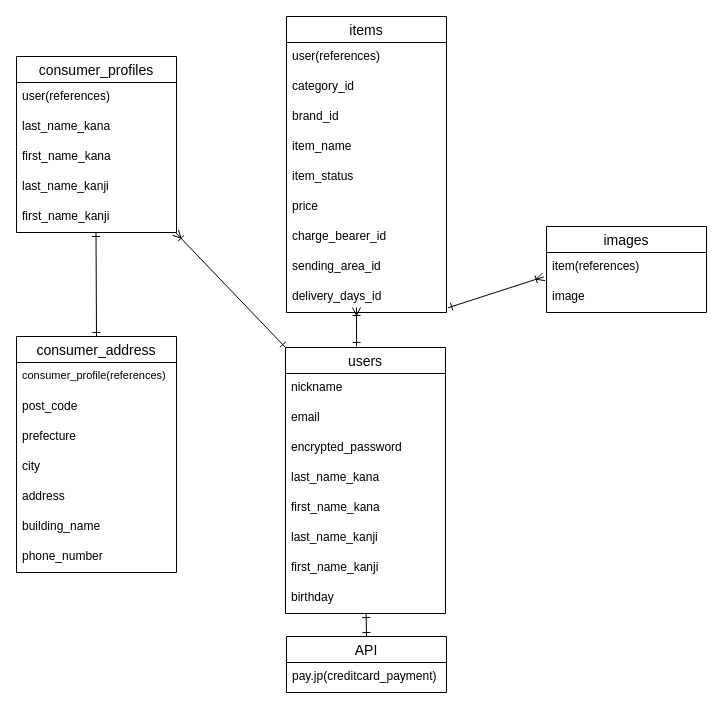
Before: er.dio in yahobaby/furima-38184, a draw.io diagram. Source tidied: cells renumbered, new cells numbered last; positions are measured from the earlier drawing's top-left corner, leaving out a move shared by most shapes. Both pictures are drawn from the tidied source at 100%, with x=0, y=0 at pixel (16, 16).
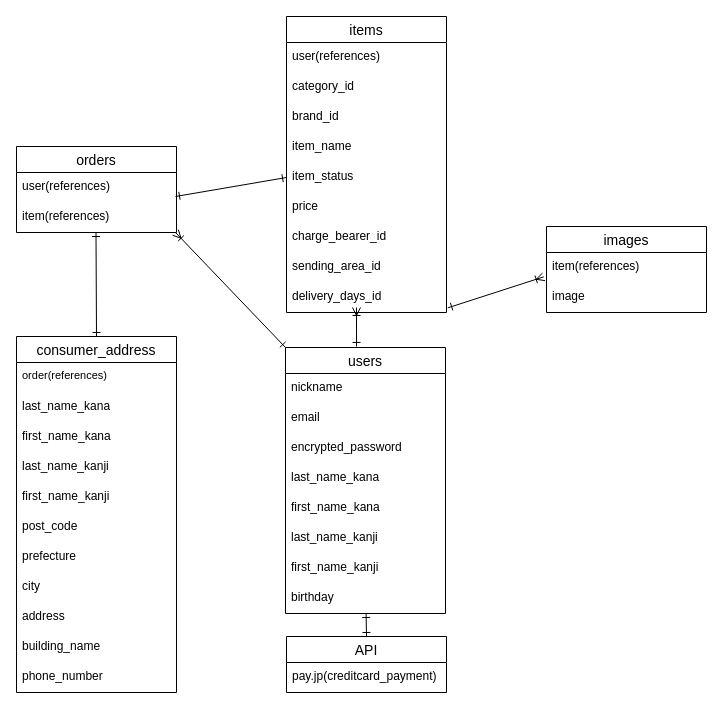
The same diagram, later.

Commit message (it also covers changes not shown here):
ER図README/ThirdCommit

The change refers to these unchanged cells:
```xml
<mxCell id="8" value="item_status" style="text;strokeColor=none;fillColor=none;spacingLeft=4;spacingRight=4;overflow=hidden;points=[[0,0.5],[1,0.5]];portConstraint=eastwest;fontSize=12;" parent="3" vertex="1">
  <mxGeometry y="146" width="160" height="30" as="geometry" />
</mxCell>
```

What changed in the source:
```diff
@@
-    <mxCell id="26" value="consumer_profiles" style="swimlane;fontStyle=0;horizontal=1;startSize=26;align=center;fontSize=14;" parent="1" vertex="1">
-      <mxGeometry y="40" width="160" height="176" as="geometry" />
+    <mxCell id="26" value="orders" style="swimlane;fontStyle=0;horizontal=1;startSize=26;align=center;fontSize=14;" parent="1" vertex="1">
+      <mxGeometry y="130" width="160" height="86" as="geometry" />
     </mxCell>
@@
-    <mxCell id="28" value="last_name_kana" style="text;strokeColor=none;fillColor=none;spacingLeft=4;spacingRight=4;overflow=hidden;fontSize=12;" parent="26" vertex="1">
+    <mxCell id="28" value="item(references)" style="text;strokeColor=none;fillColor=none;spacingLeft=4;spacingRight=4;overflow=hidden;fontSize=12;" parent="26" vertex="1">
       <mxGeometry y="56" width="160" height="30" as="geometry" />
     </mxCell>
+    <mxCell id="45" style="edgeStyle=none;rounded=0;html=1;endArrow=ERone;endFill=0;startArrow=ERone;startFill=0;exitX=0;exitY=0.5;exitDx=0;exitDy=0;verticalAlign=middle;" parent="26" edge="1" source="8">
+      <mxGeometry relative="1" as="geometry">
+        <mxPoint x="159" y="50" as="targetPoint" />
+      </mxGeometry>
+    </mxCell>
+    <mxCell id="32" value="consumer_address" style="swimlane;fontStyle=0;horizontal=1;startSize=26;align=center;fontSize=14;" parent="1" vertex="1">
+      <mxGeometry y="320" width="160" height="356" as="geometry" />
+    </mxCell>
+    <mxCell id="33" value="order(references)" style="text;strokeColor=none;fillColor=none;spacingLeft=4;spacingRight=4;overflow=hidden;fontSize=11;" parent="32" vertex="1">
+      <mxGeometry y="26" width="160" height="30" as="geometry" />
+    </mxCell>
+    <mxCell id="46" value="last_name_kana" style="text;strokeColor=none;fillColor=none;spacingLeft=4;spacingRight=4;overflow=hidden;fontSize=12;" parent="32" vertex="1">
+      <mxGeometry y="56" width="160" height="30" as="geometry" />
+    </mxCell>
-    <mxCell id="29" value="first_name_kana" style="text;strokeColor=none;fillColor=none;spacingLeft=4;spacingRight=4;overflow=hidden;fontSize=12;" parent="26" vertex="1">
+    <mxCell id="29" value="first_name_kana" style="text;strokeColor=none;fillColor=none;spacingLeft=4;spacingRight=4;overflow=hidden;fontSize=12;" parent="32" vertex="1">
       <mxGeometry y="86" width="160" height="30" as="geometry" />
     </mxCell>
-    <mxCell id="30" value="last_name_kanji" style="text;strokeColor=none;fillColor=none;spacingLeft=4;spacingRight=4;overflow=hidden;fontSize=12;" parent="26" vertex="1">
+    <mxCell id="30" value="last_name_kanji" style="text;strokeColor=none;fillColor=none;spacingLeft=4;spacingRight=4;overflow=hidden;fontSize=12;" parent="32" vertex="1">
       <mxGeometry y="116" width="160" height="30" as="geometry" />
     </mxCell>
-    <mxCell id="31" value="first_name_kanji" style="text;strokeColor=none;fillColor=none;spacingLeft=4;spacingRight=4;overflow=hidden;fontSize=12;" parent="26" vertex="1">
+    <mxCell id="31" value="first_name_kanji" style="text;strokeColor=none;fillColor=none;spacingLeft=4;spacingRight=4;overflow=hidden;fontSize=12;" parent="32" vertex="1">
       <mxGeometry y="146" width="160" height="30" as="geometry" />
     </mxCell>
-    <mxCell id="32" value="consumer_address" style="swimlane;fontStyle=0;horizontal=1;startSize=26;align=center;fontSize=14;" parent="1" vertex="1">
-      <mxGeometry y="320" width="160" height="236" as="geometry" />
-    </mxCell>
-    <mxCell id="33" value="consumer_profile(references)" style="text;strokeColor=none;fillColor=none;spacingLeft=4;spacingRight=4;overflow=hidden;fontSize=11;" parent="32" vertex="1">
-      <mxGeometry y="26" width="160" height="30" as="geometry" />
-    </mxCell>
     <mxCell id="34" value="post_code" style="text;strokeColor=none;fillColor=none;spacingLeft=4;spacingRight=4;overflow=hidden;fontSize=12;" parent="32" vertex="1">
-      <mxGeometry y="56" width="160" height="30" as="geometry" />
+      <mxGeometry y="176" width="160" height="30" as="geometry" />
     </mxCell>
     <mxCell id="35" value="prefecture" style="text;strokeColor=none;fillColor=none;spacingLeft=4;spacingRight=4;overflow=hidden;fontSize=12;" parent="32" vertex="1">
-      <mxGeometry y="86" width="160" height="30" as="geometry" />
+      <mxGeometry y="206" width="160" height="30" as="geometry" />
     </mxCell>
     <mxCell id="36" value="city" style="text;strokeColor=none;fillColor=none;spacingLeft=4;spacingRight=4;overflow=hidden;fontSize=12;" parent="32" vertex="1">
-      <mxGeometry y="116" width="160" height="30" as="geometry" />
+      <mxGeometry y="236" width="160" height="30" as="geometry" />
     </mxCell>
     <mxCell id="37" value="address" style="text;strokeColor=none;fillColor=none;spacingLeft=4;spacingRight=4;overflow=hidden;fontSize=12;" parent="32" vertex="1">
-      <mxGeometry y="146" width="160" height="30" as="geometry" />
+      <mxGeometry y="266" width="160" height="30" as="geometry" />
     </mxCell>
     <mxCell id="38" value="building_name" style="text;strokeColor=none;fillColor=none;spacingLeft=4;spacingRight=4;overflow=hidden;fontSize=12;" parent="32" vertex="1">
-      <mxGeometry y="176" width="160" height="30" as="geometry" />
+      <mxGeometry y="296" width="160" height="30" as="geometry" />
     </mxCell>
     <mxCell id="39" value="phone_number" style="text;strokeColor=none;fillColor=none;spacingLeft=4;spacingRight=4;overflow=hidden;fontSize=12;" parent="32" vertex="1">
-      <mxGeometry y="206" width="160" height="30" as="geometry" />
+      <mxGeometry y="326" width="160" height="30" as="geometry" />
     </mxCell>
```
